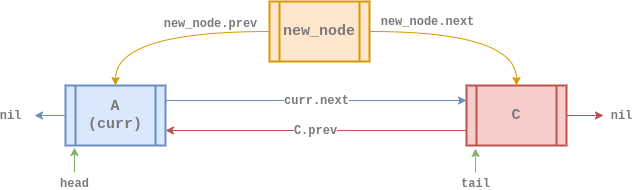
Before: assets/data-structure/linked-list/dll-insert_at2.png, a diagram exported from draw.io (euisblue/vue-blog). Source tidied: cells renumbered, new cells last; positions are measured from the earlier drawing's top-left corner, leaving out a move shared by most shapes.
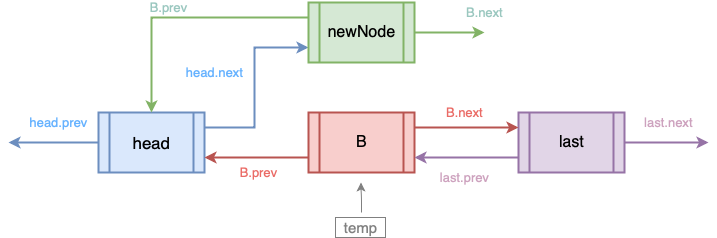
After the commit.

Diff of the diagram source:
```diff
@@ -2,54 +2,66 @@
   <root>
     <mxCell id="0" />
     <mxCell id="1" parent="0" />
-    <mxCell id="2" value="&lt;b style=&quot;font-style: normal ; letter-spacing: normal ; text-align: center ; text-indent: 0px ; text-transform: none ; word-spacing: 0px ; background-color: rgb(255 , 255 , 255) ; color: rgb(122 , 122 , 122) ; font-family: &amp;#34;courier new&amp;#34; ; font-size: 12px&quot;&gt;curr.next&lt;/b&gt;" style="edgeStyle=orthogonalEdgeStyle;curved=1;rounded=0;jettySize=auto;html=1;exitX=1;exitY=0.25;exitDx=0;exitDy=0;entryX=0;entryY=0.25;entryDx=0;entryDy=0;fillColor=#dae8fc;strokeColor=#6c8ebf;" parent="1" edge="1" source="6" target="4">
-      <mxGeometry relative="1" as="geometry" />
+    <mxCell id="2" value="&lt;span style=&quot;font-size: 13px&quot;&gt;&lt;font color=&quot;#cda2be&quot;&gt;last.next&lt;/font&gt;&lt;/span&gt;" style="edgeStyle=orthogonalEdgeStyle;rounded=0;jettySize=auto;html=1;exitX=1;exitY=0.5;exitDx=0;exitDy=0;fillColor=#e1d5e7;strokeColor=#9673a6;labelBackgroundColor=none;strokeWidth=2;" parent="1" edge="1" source="3">
+      <mxGeometry x="0.05" y="20" relative="1" as="geometry">
+        <mxPoint x="1042" y="114" as="targetPoint" />
+      </mxGeometry>
     </mxCell>
-    <mxCell id="3" value="&lt;b style=&quot;font-style: normal ; letter-spacing: normal ; text-align: center ; text-indent: 0px ; text-transform: none ; word-spacing: 0px ; background-color: rgb(255 , 255 , 255) ; color: rgb(122 , 122 , 122) ; font-family: &amp;#34;courier new&amp;#34; ; font-size: 12px&quot;&gt;C.prev&lt;/b&gt;" style="edgeStyle=orthogonalEdgeStyle;rounded=0;jettySize=auto;html=1;exitX=0;exitY=0.75;exitDx=0;exitDy=0;entryX=1;entryY=0.75;entryDx=0;entryDy=0;fillColor=#f8cecc;strokeColor=#b85450;" parent="1" edge="1" source="4" target="6">
-      <mxGeometry relative="1" as="geometry" />
+    <mxCell id="3" value="&lt;font&gt;&lt;font size=&quot;3&quot;&gt;last&lt;/font&gt;&lt;br&gt;&lt;/font&gt;" style="shape=process;whiteSpace=wrap;html=1;backgroundOutline=1;strokeWidth=2;fillColor=#e1d5e7;strokeColor=#9673a6;fontStyle=0;fontFamily=Helvetica;fontSize=14;labelBackgroundColor=none;labelBorderColor=none;" parent="1" vertex="1">
+      <mxGeometry x="852" y="84" width="106" height="60" as="geometry" />
     </mxCell>
-    <mxCell id="4" value="&lt;div&gt;&lt;font color=&quot;#7a7a7a&quot; face=&quot;courier new&quot; style=&quot;font-size: 15px&quot;&gt;C&lt;/font&gt;&lt;/div&gt;" style="shape=process;whiteSpace=wrap;html=1;backgroundOutline=1;fillColor=#f8cecc;strokeColor=#b85450;gradientDirection=east;strokeWidth=2;shadow=0;glass=0;align=center;sketch=0;fontStyle=1;" parent="1" vertex="1">
-      <mxGeometry x="432" y="84" width="100" height="60" as="geometry" />
+    <mxCell id="4" value="&lt;font&gt;&lt;span style=&quot;font-size: 17px&quot;&gt;head&lt;/span&gt;&lt;br&gt;&lt;/font&gt;" style="shape=process;whiteSpace=wrap;html=1;backgroundOutline=1;strokeWidth=2;fillColor=#dae8fc;strokeColor=#6c8ebf;fontStyle=0;fontFamily=Helvetica;fontSize=14;labelBackgroundColor=none;labelBorderColor=none;" parent="1" vertex="1">
+      <mxGeometry x="432" y="84" width="106" height="60" as="geometry" />
     </mxCell>
-    <mxCell id="5" value="&lt;font color=&quot;#7a7a7a&quot; face=&quot;courier new&quot;&gt;&lt;span style=&quot;font-size: 12px&quot;&gt;&lt;b&gt;nil&lt;/b&gt;&lt;/span&gt;&lt;/font&gt;" style="rounded=0;jettySize=auto;html=1;exitX=0;exitY=0.5;exitDx=0;exitDy=0;fillColor=#dae8fc;strokeColor=#6c8ebf;" parent="1" edge="1" source="6">
-      <mxGeometry x="1" y="24" relative="1" as="geometry">
-        <mxPoint y="114" as="targetPoint" />
-        <mxPoint x="-24" y="-24" as="offset" />
-      </mxGeometry>
+    <mxCell id="5" value="&lt;font&gt;&lt;font size=&quot;3&quot;&gt;B&lt;/font&gt;&lt;br&gt;&lt;/font&gt;" style="shape=process;whiteSpace=wrap;html=1;backgroundOutline=1;strokeWidth=2;fillColor=#f8cecc;strokeColor=#b85450;fontStyle=0;fontFamily=Helvetica;fontSize=14;labelBackgroundColor=none;labelBorderColor=none;" parent="1" vertex="1">
+      <mxGeometry x="642" y="84" width="106" height="60" as="geometry" />
     </mxCell>
-    <mxCell id="6" value="&lt;div&gt;&lt;font color=&quot;#7a7a7a&quot; face=&quot;courier new&quot;&gt;&lt;span style=&quot;font-size: 15px&quot;&gt;A&lt;/span&gt;&lt;/font&gt;&lt;/div&gt;&lt;div&gt;&lt;font color=&quot;#7a7a7a&quot; face=&quot;courier new&quot;&gt;&lt;span style=&quot;font-size: 15px&quot;&gt;(curr)&lt;/span&gt;&lt;/font&gt;&lt;/div&gt;" style="shape=process;whiteSpace=wrap;html=1;backgroundOutline=1;fillColor=#dae8fc;strokeColor=#6c8ebf;gradientDirection=east;strokeWidth=2;shadow=0;glass=0;align=center;sketch=0;fontStyle=1;" parent="1" vertex="1">
-      <mxGeometry x="31" y="84" width="100" height="60" as="geometry" />
+    <mxCell id="6" value="&lt;span style=&quot;color: rgb(102 , 178 , 255) ; font-size: 13px&quot;&gt;head.next&lt;/span&gt;" style="edgeStyle=orthogonalEdgeStyle;rounded=0;jettySize=auto;html=1;entryX=0;entryY=0.75;entryDx=0;entryDy=0;labelBackgroundColor=none;strokeWidth=2;fontFamily=Helvetica;fontColor=#666666;align=center;fillColor=#dae8fc;strokeColor=#6c8ebf;" parent="1" edge="1" target="13">
+      <mxGeometry x="0.14" y="40" relative="1" as="geometry">
+        <mxPoint x="538" y="99" as="sourcePoint" />
+        <Array as="points">
+          <mxPoint x="588" y="99" />
+          <mxPoint x="588" y="19" />
+        </Array>
+      </mxGeometry>
     </mxCell>
-    <mxCell id="7" value="&lt;font color=&quot;#7a7a7a&quot; face=&quot;courier new&quot;&gt;&lt;span style=&quot;font-size: 12px&quot;&gt;&lt;b&gt;nil&lt;/b&gt;&lt;/span&gt;&lt;/font&gt;" style="rounded=0;jettySize=auto;html=1;exitX=1;exitY=0.5;exitDx=0;exitDy=0;fillColor=#f8cecc;strokeColor=#b85450;" parent="1" edge="1" source="4">
-      <mxGeometry x="1" y="18" relative="1" as="geometry">
-        <mxPoint x="569" y="114" as="targetPoint" />
-        <mxPoint x="18" y="18" as="offset" />
-      </mxGeometry>
+    <mxCell id="7" value="&lt;span style=&quot;color: rgb(234 , 107 , 102) ; font-size: 13px&quot;&gt;B.next&lt;/span&gt;" style="edgeStyle=orthogonalEdgeStyle;rounded=0;jettySize=auto;html=1;labelBackgroundColor=none;strokeWidth=2;fontFamily=Helvetica;fontColor=#666666;align=center;fillColor=#f8cecc;strokeColor=#b85450;exitX=1;exitY=0.25;exitDx=0;exitDy=0;entryX=0;entryY=0.25;entryDx=0;entryDy=0;" parent="1" edge="1" source="5" target="3">
+      <mxGeometry x="-0.04" y="15" relative="1" as="geometry" />
     </mxCell>
-    <mxCell id="8" value="&lt;font color=&quot;#7a7a7a&quot; face=&quot;courier new&quot;&gt;&lt;span style=&quot;font-size: 12px&quot;&gt;&lt;b&gt;head&lt;/b&gt;&lt;/span&gt;&lt;/font&gt;" style="rounded=0;jettySize=auto;html=1;fillColor=#d5e8d4;strokeColor=#82b366;entryX=0.09;entryY=1.033;entryDx=0;entryDy=0;entryPerimeter=0;" parent="1" edge="1" target="6">
-      <mxGeometry x="-1" y="-11" relative="1" as="geometry">
-        <mxPoint x="40" y="171" as="sourcePoint" />
-        <mxPoint x="-11" y="11" as="offset" />
-      </mxGeometry>
+    <mxCell id="8" value="&lt;span style=&quot;color: rgb(234 , 107 , 102) ; font-size: 13px&quot;&gt;B.prev&lt;/span&gt;" style="edgeStyle=orthogonalEdgeStyle;rounded=0;jettySize=auto;html=1;labelBackgroundColor=none;strokeWidth=2;fontFamily=Helvetica;fontColor=#666666;align=center;fillColor=#f8cecc;strokeColor=#b85450;entryX=1;entryY=0.75;entryDx=0;entryDy=0;exitX=0;exitY=0.75;exitDx=0;exitDy=0;" parent="1" edge="1" source="5" target="4">
+      <mxGeometry x="-0.04" y="15" relative="1" as="geometry" />
     </mxCell>
-    <mxCell id="9" value="&lt;font color=&quot;#7a7a7a&quot; face=&quot;courier new&quot;&gt;&lt;span style=&quot;font-size: 12px&quot;&gt;&lt;b&gt;tail&lt;/b&gt;&lt;/span&gt;&lt;/font&gt;" style="rounded=0;jettySize=auto;html=1;fillColor=#d5e8d4;strokeColor=#82b366;entryX=0.09;entryY=1.05;entryDx=0;entryDy=0;entryPerimeter=0;" parent="1" edge="1" target="4">
-      <mxGeometry x="-1" y="-11" relative="1" as="geometry">
-        <mxPoint x="441" y="171" as="sourcePoint" />
-        <mxPoint x="-11" y="11" as="offset" />
-      </mxGeometry>
+    <mxCell id="9" value="&lt;span style=&quot;font-size: 13px&quot;&gt;&lt;font color=&quot;#cda2be&quot;&gt;last.prev&lt;/font&gt;&lt;/span&gt;" style="edgeStyle=orthogonalEdgeStyle;rounded=0;jettySize=auto;html=1;fillColor=#e1d5e7;strokeColor=#9673a6;labelBackgroundColor=none;strokeWidth=2;entryX=1;entryY=0.75;entryDx=0;entryDy=0;exitX=0;exitY=0.75;exitDx=0;exitDy=0;" parent="1" edge="1" source="3" target="5">
+      <mxGeometry x="0.05" y="20" relative="1" as="geometry" />
     </mxCell>
-    <mxCell id="10" value="&lt;b style=&quot;color: rgb(122 , 122 , 122) ; font-family: &amp;#34;courier new&amp;#34; ; font-size: 12px ; font-style: normal ; letter-spacing: normal ; text-align: center ; text-indent: 0px ; text-transform: none ; word-spacing: 0px ; background-color: rgb(255 , 255 , 255)&quot;&gt;new_node.next&lt;/b&gt;" style="edgeStyle=orthogonalEdgeStyle;rounded=0;jettySize=auto;html=1;exitX=1;exitY=0.5;exitDx=0;exitDy=0;entryX=0.5;entryY=0;entryDx=0;entryDy=0;strokeColor=#d79b00;curved=1;fillColor=#ffe6cc;" parent="1" edge="1" source="12" target="4">
-      <mxGeometry x="-0.42" y="10" relative="1" as="geometry">
+    <mxCell id="10" value="&lt;span style=&quot;color: rgb(102 , 178 , 255) ; font-size: 13px&quot;&gt;head.prev&lt;/span&gt;" style="edgeStyle=orthogonalEdgeStyle;rounded=0;jettySize=auto;html=1;exitX=0;exitY=0.5;exitDx=0;exitDy=0;labelBackgroundColor=none;strokeWidth=2;fontFamily=Helvetica;fontColor=#666666;align=center;fillColor=#dae8fc;strokeColor=#6c8ebf;" parent="1" edge="1" source="4">
+      <mxGeometry x="-0.11" y="-20" relative="1" as="geometry">
+        <mxPoint x="342" y="114" as="targetPoint" />
         <Array as="points">
-          <mxPoint x="482" y="30" />
+          <mxPoint x="382" y="114" />
+          <mxPoint x="382" y="114" />
         </Array>
       </mxGeometry>
     </mxCell>
-    <mxCell id="11" value="&lt;b style=&quot;color: rgb(122 , 122 , 122) ; font-family: &amp;#34;courier new&amp;#34; ; font-size: 12px ; font-style: normal ; letter-spacing: normal ; text-align: center ; text-indent: 0px ; text-transform: none ; word-spacing: 0px ; background-color: rgb(255 , 255 , 255)&quot;&gt;new_node.prev&lt;/b&gt;" style="edgeStyle=orthogonalEdgeStyle;curved=1;rounded=0;jettySize=auto;html=1;exitX=0;exitY=0.5;exitDx=0;exitDy=0;entryX=0.5;entryY=0;entryDx=0;entryDy=0;strokeColor=#d79b00;fillColor=#ffe6cc;" parent="1" edge="1" source="12" target="6">
-      <mxGeometry x="-0.43" y="-8" relative="1" as="geometry" />
+    <mxCell id="11" value="&lt;span style=&quot;font-size: 13px&quot;&gt;&lt;font color=&quot;#9ac7bf&quot;&gt;B.next&lt;/font&gt;&lt;/span&gt;" style="edgeStyle=orthogonalEdgeStyle;rounded=0;jettySize=auto;html=1;exitX=1;exitY=0.5;exitDx=0;exitDy=0;labelBackgroundColor=none;strokeWidth=2;fillColor=#d5e8d4;strokeColor=#82b366;" parent="1" edge="1" source="13">
+      <mxGeometry x="1" y="20" relative="1" as="geometry">
+        <mxPoint x="818" y="4" as="targetPoint" />
+      </mxGeometry>
     </mxCell>
-    <mxCell id="12" value="&lt;font color=&quot;#7a7a7a&quot; face=&quot;Courier New&quot;&gt;&lt;span style=&quot;font-size: 15px ; font-style: normal&quot;&gt;&lt;b&gt;new_node&lt;br&gt;&lt;/b&gt;&lt;/span&gt;&lt;/font&gt;" style="shape=process;whiteSpace=wrap;html=1;backgroundOutline=1;fillColor=#ffe6cc;strokeColor=#d79b00;gradientDirection=east;strokeWidth=2;shadow=0;glass=0;sketch=0;fontStyle=2;" parent="1" vertex="1">
-      <mxGeometry x="235" width="100" height="60" as="geometry" />
+    <mxCell id="12" value="&lt;span style=&quot;color: rgb(154 , 199 , 191) ; font-size: 13px&quot;&gt;B.prev&lt;/span&gt;" style="edgeStyle=orthogonalEdgeStyle;rounded=0;jettySize=auto;html=1;exitX=0;exitY=0.25;exitDx=0;exitDy=0;labelBackgroundColor=none;strokeWidth=2;fillColor=#d5e8d4;strokeColor=#82b366;entryX=0.5;entryY=0;entryDx=0;entryDy=0;" parent="1" edge="1" source="13" target="4">
+      <mxGeometry x="0.11" y="-10" relative="1" as="geometry" />
     </mxCell>
+    <mxCell id="13" value="&lt;font&gt;&lt;font size=&quot;3&quot;&gt;newNode&lt;/font&gt;&lt;br&gt;&lt;/font&gt;" style="shape=process;whiteSpace=wrap;html=1;backgroundOutline=1;strokeWidth=2;fillColor=#d5e8d4;strokeColor=#82b366;fontStyle=0;fontFamily=Helvetica;fontSize=14;labelBackgroundColor=none;labelBorderColor=none;" parent="1" vertex="1">
+      <mxGeometry x="642" y="-26" width="106" height="60" as="geometry" />
+    </mxCell>
+    <mxCell id="14" value="&lt;span style=&quot;font-family: &amp;#34;helvetica&amp;#34;&quot;&gt;&lt;font color=&quot;#808080&quot; style=&quot;font-size: 15px&quot;&gt;temp&lt;/font&gt;&lt;/span&gt;" style="text;html=1;align=center;verticalAlign=middle;strokeColor=#808080;labelBackgroundColor=none;" parent="1" vertex="1">
+      <mxGeometry x="669" y="189" width="50" height="20" as="geometry" />
+    </mxCell>
+    <mxCell id="15" style="endArrow=classic;html=1;labelBackgroundColor=none;strokeWidth=1;strokeColor=#808080;edgeStyle=elbowEdgeStyle;elbow=vertical;" parent="1" edge="1">
+      <mxGeometry relative="1" as="geometry">
+        <mxPoint x="695" y="184" as="sourcePoint" />
+        <mxPoint x="694.5" y="154" as="targetPoint" />
+      </mxGeometry>
+    </mxCell>
   </root>
 </mxGraphModel>
```
